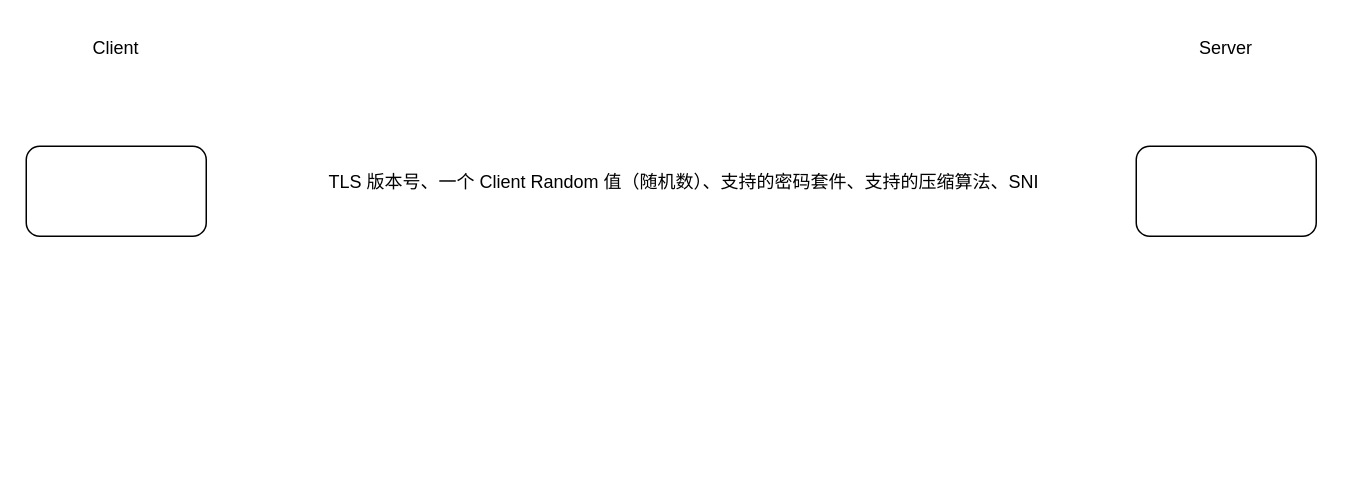
StoryKing123/draw-io keeps this draw.io diagram as TLS1.3.drawio. Above is the earlier version. Source tidied: cells renumbered, new cells numbered last; positions are measured from the earlier drawing's top-left corner, leaving out a move shared by most shapes. Both pictures are drawn from the tidied source at 150%, with x=0, y=0 at pixel (26, 26).
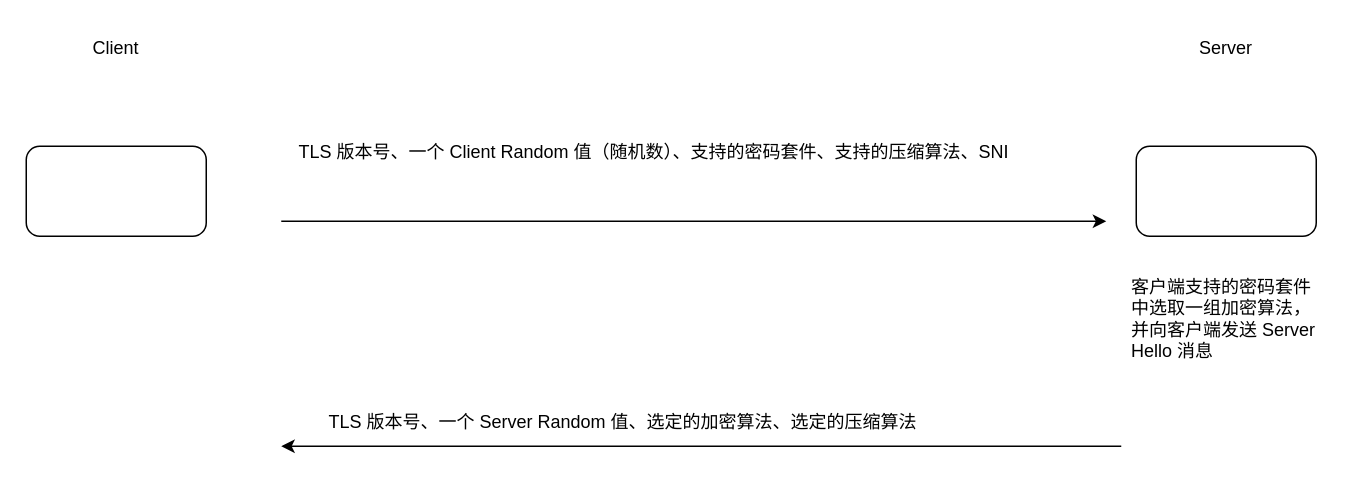
Above is the later version.

Change to the diagram source:
```diff
@@
 <mxGraphModel>
   <root>
     <mxCell id="0" />
     <mxCell id="1" parent="0" />
     <mxCell id="2" value="Client" style="text;html=1;strokeColor=none;fillColor=none;align=center;verticalAlign=middle;whiteSpace=wrap;rounded=0;" parent="1" vertex="1">
       <mxGeometry x="30" width="60" height="30" as="geometry" />
     </mxCell>
     <mxCell id="3" value="Server" style="text;html=1;strokeColor=none;fillColor=none;align=center;verticalAlign=middle;whiteSpace=wrap;rounded=0;" parent="1" vertex="1">
       <mxGeometry x="770" width="60" height="30" as="geometry" />
     </mxCell>
     <mxCell id="4" style="rounded=1;whiteSpace=wrap;html=1;" parent="1" vertex="1">
       <mxGeometry y="80" width="120" height="60" as="geometry" />
     </mxCell>
     <mxCell id="5" style="rounded=1;whiteSpace=wrap;html=1;" parent="1" vertex="1">
       <mxGeometry x="740" y="80" width="120" height="60" as="geometry" />
     </mxCell>
     <mxCell id="6" value="TLS 版本号、一个 Client Random 值（随机数）、支持的密码套件、支持的压缩算法、SNI" style="text;whiteSpace=wrap;html=1;" parent="1" vertex="1">
-      <mxGeometry x="200" y="90" width="510" height="40" as="geometry" />
+      <mxGeometry x="180" y="70" width="510" height="40" as="geometry" />
     </mxCell>
+    <mxCell id="7" style="endArrow=classic;html=1;rounded=0;" parent="1" edge="1">
+      <mxGeometry relative="1" as="geometry">
+        <mxPoint x="170" y="130" as="sourcePoint" />
+        <mxPoint x="720" y="130" as="targetPoint" />
+      </mxGeometry>
+    </mxCell>
+    <mxCell id="8" value="客户端支持的密码套件中选取一组加密算法，并向客户端发送 Server Hello 消息" style="text;whiteSpace=wrap;html=1;" parent="1" vertex="1">
+      <mxGeometry x="735" y="160" width="130" height="60" as="geometry" />
+    </mxCell>
+    <mxCell id="9" style="endArrow=classic;html=1;rounded=0;" parent="1" edge="1">
+      <mxGeometry relative="1" as="geometry">
+        <mxPoint x="730" y="280" as="sourcePoint" />
+        <mxPoint x="170" y="280" as="targetPoint" />
+      </mxGeometry>
+    </mxCell>
+    <mxCell id="10" value="TLS 版本号、一个 Server Random 值、选定的加密算法、选定的压缩算法" style="text;whiteSpace=wrap;html=1;" parent="1" vertex="1">
+      <mxGeometry x="200" y="250" width="430" height="40" as="geometry" />
+    </mxCell>
   </root>
 </mxGraphModel>
```
